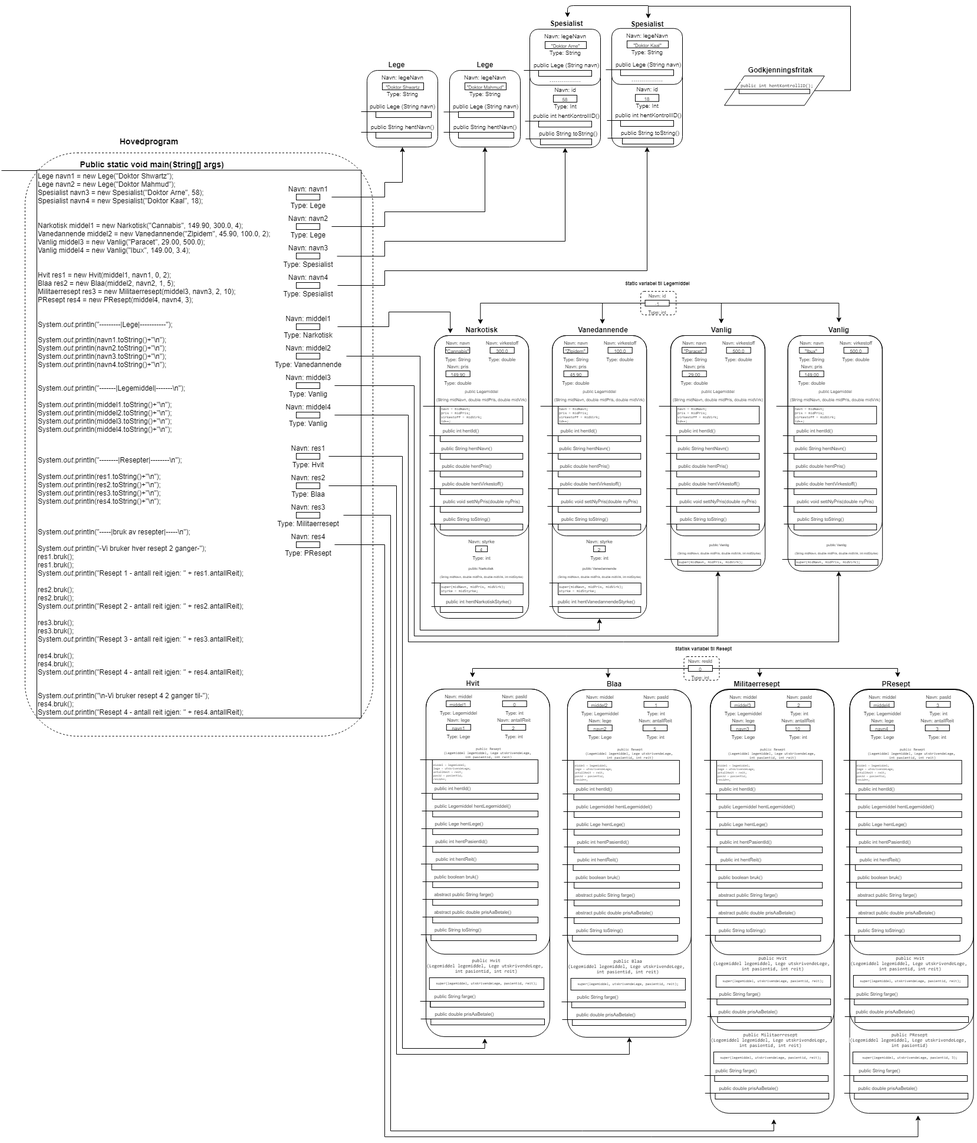
Before: innlevering2/diagram.png, a diagram exported from draw.io (borgebj/IN1010-Java). Source tidied: cells renumbered, new cells last; positions are measured from the earlier drawing's top-left corner, leaving out a move shared by most shapes.
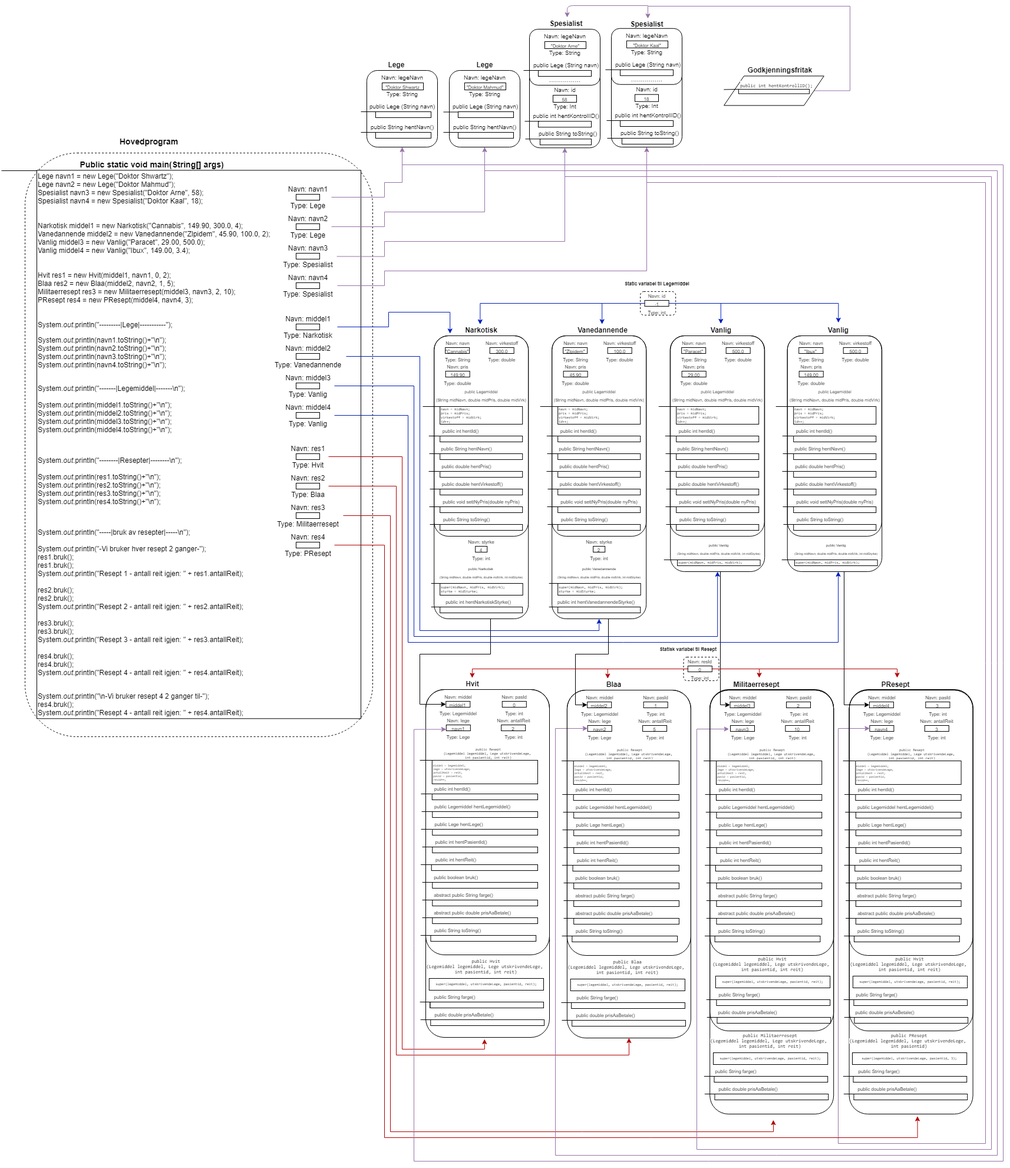
Above is the later version.

Diff of the diagram source:
```diff
@@ -4,2 +4,8 @@
     <mxCell id="1" parent="0" />
+    <mxCell id="482" style="rounded=1;whiteSpace=wrap;html=1;fillColor=none;" parent="1" vertex="1">
+      <mxGeometry x="1438.9" y="1160" width="210" height="579" as="geometry" />
+    </mxCell>
+    <mxCell id="483" style="rounded=1;whiteSpace=wrap;html=1;fillColor=none;" parent="1" vertex="1">
+      <mxGeometry x="1202.2" y="1160" width="210" height="579" as="geometry" />
+    </mxCell>
     <mxCell id="2" style="rounded=1;whiteSpace=wrap;html=1;fillColor=none;" parent="1" vertex="1">
@@ -13,2 +19,9 @@
     </mxCell>
+    <mxCell id="489" style="edgeStyle=orthogonalEdgeStyle;rounded=0;jettySize=auto;html=1;entryX=0;entryY=0.5;entryDx=0;entryDy=0;" parent="1" edge="1" source="5" target="413">
+      <mxGeometry relative="1" as="geometry">
+        <Array as="points">
+          <mxPoint x="1430" y="1186" />
+        </Array>
+      </mxGeometry>
+    </mxCell>
     <mxCell id="5" style="rounded=1;whiteSpace=wrap;html=1;fillColor=none;" parent="1" vertex="1">
@@ -22,2 +35,9 @@
     </mxCell>
+    <mxCell id="490" style="edgeStyle=orthogonalEdgeStyle;rounded=0;jettySize=auto;html=1;entryX=0;entryY=0.5;entryDx=0;entryDy=0;" parent="1" edge="1" source="8" target="363">
+      <mxGeometry relative="1" as="geometry">
+        <Array as="points">
+          <mxPoint x="1220" y="1186" />
+        </Array>
+      </mxGeometry>
+    </mxCell>
     <mxCell id="8" style="rounded=1;whiteSpace=wrap;html=1;fillColor=none;" parent="1" vertex="1">
@@ -28,2 +48,11 @@
     </mxCell>
+    <mxCell id="491" style="edgeStyle=orthogonalEdgeStyle;rounded=0;jettySize=auto;html=1;entryX=0;entryY=0.5;entryDx=0;entryDy=0;" parent="1" edge="1" source="10" target="257">
+      <mxGeometry relative="1" as="geometry">
+        <Array as="points">
+          <mxPoint x="830" y="1100" />
+          <mxPoint x="710" y="1100" />
+          <mxPoint x="710" y="1185" />
+        </Array>
+      </mxGeometry>
+    </mxCell>
     <mxCell id="10" style="rounded=1;whiteSpace=wrap;html=1;fillColor=none;" parent="1" vertex="1">
@@ -49,2 +78,13 @@
     </mxCell>
+    <mxCell id="492" style="edgeStyle=orthogonalEdgeStyle;rounded=0;jettySize=auto;html=1;entryX=0;entryY=0.5;entryDx=0;entryDy=0;fillColor=#e1d5e7;strokeColor=#9673a6;" parent="1" edge="1" source="17" target="414">
+      <mxGeometry relative="1" as="geometry">
+        <Array as="points">
+          <mxPoint x="1095" y="300" />
+          <mxPoint x="1670" y="300" />
+          <mxPoint x="1670" y="1930" />
+          <mxPoint x="1420" y="1930" />
+          <mxPoint x="1420" y="1226" />
+        </Array>
+      </mxGeometry>
+    </mxCell>
     <mxCell id="17" style="rounded=1;whiteSpace=wrap;html=1;" parent="1" vertex="1">
@@ -112,3 +152,3 @@
     </mxCell>
-    <mxCell id="37" style="edgeStyle=orthogonalEdgeStyle;rounded=0;jettySize=auto;html=1;entryX=0.5;entryY=1;entryDx=0;entryDy=0;" parent="1" edge="1" source="38" target="81">
+    <mxCell id="37" style="edgeStyle=orthogonalEdgeStyle;rounded=0;jettySize=auto;html=1;entryX=0.5;entryY=1;entryDx=0;entryDy=0;fillColor=#e1d5e7;strokeColor=#9673a6;" parent="1" edge="1" source="38" target="81">
       <mxGeometry relative="1" as="geometry">
@@ -127,3 +167,3 @@
     </mxCell>
-    <mxCell id="40" style="edgeStyle=orthogonalEdgeStyle;rounded=0;jettySize=auto;html=1;entryX=0.5;entryY=1;entryDx=0;entryDy=0;" parent="1" edge="1" source="41" target="72">
+    <mxCell id="40" style="edgeStyle=orthogonalEdgeStyle;rounded=0;jettySize=auto;html=1;entryX=0.5;entryY=1;entryDx=0;entryDy=0;fillColor=#e1d5e7;strokeColor=#9673a6;" parent="1" edge="1" source="41" target="72">
       <mxGeometry relative="1" as="geometry">
@@ -142,3 +182,3 @@
     </mxCell>
-    <mxCell id="43" style="edgeStyle=orthogonalEdgeStyle;rounded=0;jettySize=auto;html=1;exitX=0.991;exitY=0.509;exitDx=0;exitDy=0;exitPerimeter=0;entryX=0.5;entryY=1;entryDx=0;entryDy=0;" parent="1" edge="1" source="44" target="98">
+    <mxCell id="43" style="edgeStyle=orthogonalEdgeStyle;rounded=0;jettySize=auto;html=1;exitX=0.991;exitY=0.509;exitDx=0;exitDy=0;exitPerimeter=0;entryX=0.5;entryY=1;entryDx=0;entryDy=0;fillColor=#e1d5e7;strokeColor=#9673a6;" parent="1" edge="1" source="44" target="98">
       <mxGeometry relative="1" as="geometry">
@@ -157,3 +197,3 @@
     </mxCell>
-    <mxCell id="46" style="edgeStyle=orthogonalEdgeStyle;rounded=0;jettySize=auto;html=1;entryX=0.5;entryY=1;entryDx=0;entryDy=0;" parent="1" edge="1" source="47" target="17">
+    <mxCell id="46" style="edgeStyle=orthogonalEdgeStyle;rounded=0;jettySize=auto;html=1;entryX=0.5;entryY=1;entryDx=0;entryDy=0;fillColor=#e1d5e7;strokeColor=#9673a6;" parent="1" edge="1" source="47" target="17">
       <mxGeometry relative="1" as="geometry">
@@ -172,3 +212,3 @@
     </mxCell>
-    <mxCell id="49" style="edgeStyle=orthogonalEdgeStyle;rounded=0;jettySize=auto;html=1;entryX=0.284;entryY=-0.074;entryDx=0;entryDy=0;entryPerimeter=0;" parent="1" edge="1" source="50" target="12">
+    <mxCell id="49" style="edgeStyle=orthogonalEdgeStyle;rounded=0;jettySize=auto;html=1;entryX=0.284;entryY=-0.074;entryDx=0;entryDy=0;entryPerimeter=0;fillColor=#0050ef;strokeColor=#001DBC;" parent="1" edge="1" source="50" target="12">
       <mxGeometry relative="1" as="geometry">
@@ -187,3 +227,3 @@
     </mxCell>
-    <mxCell id="52" style="edgeStyle=orthogonalEdgeStyle;rounded=0;jettySize=auto;html=1;entryX=0.5;entryY=1;entryDx=0;entryDy=0;" parent="1" edge="1" source="53" target="153">
+    <mxCell id="52" style="edgeStyle=orthogonalEdgeStyle;rounded=0;jettySize=auto;html=1;entryX=0.5;entryY=1;entryDx=0;entryDy=0;fillColor=#0050ef;strokeColor=#001DBC;" parent="1" edge="1" source="53" target="153">
       <mxGeometry relative="1" as="geometry">
@@ -202,3 +242,3 @@
     </mxCell>
-    <mxCell id="55" style="edgeStyle=orthogonalEdgeStyle;rounded=0;jettySize=auto;html=1;entryX=0.5;entryY=1;entryDx=0;entryDy=0;" parent="1" edge="1" source="56" target="8">
+    <mxCell id="55" style="edgeStyle=orthogonalEdgeStyle;rounded=0;jettySize=auto;html=1;entryX=0.5;entryY=1;entryDx=0;entryDy=0;fillColor=#0050ef;strokeColor=#001DBC;" parent="1" edge="1" source="56" target="8">
       <mxGeometry relative="1" as="geometry">
@@ -217,3 +257,3 @@
     </mxCell>
-    <mxCell id="58" style="edgeStyle=orthogonalEdgeStyle;rounded=0;jettySize=auto;html=1;entryX=0.538;entryY=1;entryDx=0;entryDy=0;entryPerimeter=0;" parent="1" edge="1" source="59" target="5">
+    <mxCell id="58" style="edgeStyle=orthogonalEdgeStyle;rounded=0;jettySize=auto;html=1;entryX=0.538;entryY=1;entryDx=0;entryDy=0;entryPerimeter=0;fillColor=#0050ef;strokeColor=#001DBC;" parent="1" edge="1" source="59" target="5">
       <mxGeometry relative="1" as="geometry">
@@ -232,3 +272,3 @@
     </mxCell>
-    <mxCell id="61" style="edgeStyle=orthogonalEdgeStyle;rounded=0;jettySize=auto;html=1;entryX=0.475;entryY=1.005;entryDx=0;entryDy=0;entryPerimeter=0;" parent="1" edge="1" source="62" target="3">
+    <mxCell id="61" style="edgeStyle=orthogonalEdgeStyle;rounded=0;jettySize=auto;html=1;entryX=0.475;entryY=1.005;entryDx=0;entryDy=0;entryPerimeter=0;fillColor=#e51400;strokeColor=#B20000;" parent="1" edge="1" source="62" target="3">
       <mxGeometry relative="1" as="geometry">
@@ -247,3 +287,3 @@
     </mxCell>
-    <mxCell id="64" style="edgeStyle=orthogonalEdgeStyle;rounded=0;jettySize=auto;html=1;entryX=0.5;entryY=1;entryDx=0;entryDy=0;" parent="1" edge="1" source="65" target="308">
+    <mxCell id="64" style="edgeStyle=orthogonalEdgeStyle;rounded=0;jettySize=auto;html=1;entryX=0.5;entryY=1;entryDx=0;entryDy=0;fillColor=#e51400;strokeColor=#B20000;" parent="1" edge="1" source="65" target="308">
       <mxGeometry relative="1" as="geometry">
@@ -262,3 +302,3 @@
     </mxCell>
-    <mxCell id="67" style="edgeStyle=orthogonalEdgeStyle;rounded=0;jettySize=auto;html=1;entryX=0.513;entryY=1.014;entryDx=0;entryDy=0;entryPerimeter=0;" parent="1" edge="1" source="68" target="358">
+    <mxCell id="67" style="edgeStyle=orthogonalEdgeStyle;rounded=0;jettySize=auto;html=1;entryX=0.513;entryY=1.014;entryDx=0;entryDy=0;entryPerimeter=0;fillColor=#e51400;strokeColor=#B20000;" parent="1" edge="1" source="68" target="358">
       <mxGeometry relative="1" as="geometry">
@@ -277,3 +317,3 @@
     </mxCell>
-    <mxCell id="70" style="edgeStyle=orthogonalEdgeStyle;rounded=0;jettySize=auto;html=1;entryX=0.552;entryY=1.005;entryDx=0;entryDy=0;entryPerimeter=0;" parent="1" edge="1" source="71" target="408">
+    <mxCell id="70" style="edgeStyle=orthogonalEdgeStyle;rounded=0;jettySize=auto;html=1;entryX=0.552;entryY=1.005;entryDx=0;entryDy=0;entryPerimeter=0;fillColor=#e51400;strokeColor=#B20000;" parent="1" edge="1" source="71" target="408">
       <mxGeometry relative="1" as="geometry">
@@ -289,2 +329,13 @@
     </mxCell>
+    <mxCell id="493" style="edgeStyle=orthogonalEdgeStyle;rounded=0;jettySize=auto;html=1;entryX=0;entryY=0.5;entryDx=0;entryDy=0;fillColor=#e1d5e7;strokeColor=#9673a6;" parent="1" edge="1" source="72" target="314">
+      <mxGeometry relative="1" as="geometry">
+        <Array as="points">
+          <mxPoint x="820" y="280" />
+          <mxPoint x="1690" y="280" />
+          <mxPoint x="1690" y="1950" />
+          <mxPoint x="940" y="1950" />
+          <mxPoint x="940" y="1226" />
+        </Array>
+      </mxGeometry>
+    </mxCell>
     <mxCell id="72" style="rounded=1;whiteSpace=wrap;html=1;" parent="1" vertex="1">
@@ -316,2 +367,13 @@
     </mxCell>
+    <mxCell id="494" style="edgeStyle=orthogonalEdgeStyle;rounded=0;jettySize=auto;html=1;entryX=0;entryY=0.75;entryDx=0;entryDy=0;fillColor=#e1d5e7;strokeColor=#9673a6;" parent="1" edge="1" source="81" target="258">
+      <mxGeometry relative="1" as="geometry">
+        <Array as="points">
+          <mxPoint x="680" y="270" />
+          <mxPoint x="1700" y="270" />
+          <mxPoint x="1700" y="1960" />
+          <mxPoint x="700" y="1960" />
+          <mxPoint x="700" y="1227" />
+        </Array>
+      </mxGeometry>
+    </mxCell>
     <mxCell id="81" style="rounded=1;whiteSpace=wrap;html=1;" parent="1" vertex="1">
@@ -361,5 +423,2 @@
     </mxCell>
-    <mxCell id="92" value="&lt;span style=&quot;color: rgba(0 , 0 , 0 , 0) ; font-family: monospace ; font-size: 0px&quot;&gt;%3CmxGraphModel%3E%3Croot%3E%3CmxCell%20id%3D%220%22%2F%3E%3CmxCell%20id%3D%221%22%20parent%3D%220%22%2F%3E%3CmxCell%20id%3D%222%22%20value%3D%22%22%20style%3D%22endArrow%3Dnone%3Bhtml%3D1%3B%22%20edge%3D%221%22%20parent%3D%221%22%3E%3CmxGeometry%20width%3D%2250%22%20height%3D%2250%22%20relative%3D%221%22%20as%3D%22geometry%22%3E%3CmxPoint%20x%3D%22730%22%20y%3D%2220%22%20as%3D%22sourcePoint%22%2F%3E%3CmxPoint%20x%3D%22755%22%20y%3D%2220%22%20as%3D%22targetPoint%22%2F%3E%3C%2FmxGeometry%3E%3C%2FmxCell%3E%3C%2Froot%3E%3C%2FmxGraphModel%3E&lt;/span&gt;" style="text;html=1;align=center;verticalAlign=middle;" parent="1" vertex="1">
-      <mxGeometry x="922" y="287" width="20" height="20" as="geometry" />
-    </mxCell>
     <mxCell id="93" style="endArrow=none;html=1;" parent="1" edge="1">
@@ -388,2 +447,13 @@
     </mxCell>
+    <mxCell id="495" style="edgeStyle=orthogonalEdgeStyle;rounded=0;jettySize=auto;html=1;entryX=-0.057;entryY=0.598;entryDx=0;entryDy=0;entryPerimeter=0;fillColor=#e1d5e7;strokeColor=#9673a6;" parent="1" edge="1" source="98" target="364">
+      <mxGeometry relative="1" as="geometry">
+        <Array as="points">
+          <mxPoint x="956" y="290" />
+          <mxPoint x="1680" y="290" />
+          <mxPoint x="1680" y="1940" />
+          <mxPoint x="1180" y="1940" />
+          <mxPoint x="1180" y="1227" />
+        </Array>
+      </mxGeometry>
+    </mxCell>
     <mxCell id="98" style="rounded=1;whiteSpace=wrap;html=1;" parent="1" vertex="1">
@@ -460,12 +530,12 @@
     </mxCell>
-    <mxCell id="119" style="edgeStyle=orthogonalEdgeStyle;rounded=0;jettySize=auto;html=1;entryX=0.48;entryY=0.038;entryDx=0;entryDy=0;entryPerimeter=0;" parent="1" edge="1" source="123" target="188">
+    <mxCell id="119" style="edgeStyle=orthogonalEdgeStyle;rounded=0;jettySize=auto;html=1;entryX=0.48;entryY=0.038;entryDx=0;entryDy=0;entryPerimeter=0;fillColor=#0050ef;strokeColor=#001DBC;" parent="1" edge="1" source="123" target="188">
       <mxGeometry relative="1" as="geometry" />
     </mxCell>
-    <mxCell id="120" style="edgeStyle=orthogonalEdgeStyle;rounded=0;jettySize=auto;html=1;entryX=0.501;entryY=-0.104;entryDx=0;entryDy=0;entryPerimeter=0;" parent="1" edge="1" source="123" target="252">
+    <mxCell id="120" style="edgeStyle=orthogonalEdgeStyle;rounded=0;jettySize=auto;html=1;entryX=0.501;entryY=-0.104;entryDx=0;entryDy=0;entryPerimeter=0;fillColor=#0050ef;strokeColor=#001DBC;" parent="1" edge="1" source="123" target="252">
       <mxGeometry relative="1" as="geometry" />
     </mxCell>
-    <mxCell id="121" style="edgeStyle=orthogonalEdgeStyle;rounded=0;jettySize=auto;html=1;entryX=0.492;entryY=-0.016;entryDx=0;entryDy=0;entryPerimeter=0;" parent="1" edge="1" source="123" target="219">
+    <mxCell id="121" style="edgeStyle=orthogonalEdgeStyle;rounded=0;jettySize=auto;html=1;entryX=0.492;entryY=-0.016;entryDx=0;entryDy=0;entryPerimeter=0;fillColor=#0050ef;strokeColor=#001DBC;" parent="1" edge="1" source="123" target="219">
       <mxGeometry relative="1" as="geometry" />
     </mxCell>
-    <mxCell id="122" style="edgeStyle=orthogonalEdgeStyle;rounded=0;jettySize=auto;html=1;entryX=0.49;entryY=0.02;entryDx=0;entryDy=0;entryPerimeter=0;" parent="1" edge="1" source="123" target="189">
+    <mxCell id="122" style="edgeStyle=orthogonalEdgeStyle;rounded=0;jettySize=auto;html=1;entryX=0.49;entryY=0.02;entryDx=0;entryDy=0;entryPerimeter=0;fillColor=#0050ef;strokeColor=#001DBC;" parent="1" edge="1" source="123" target="189">
       <mxGeometry relative="1" as="geometry" />
@@ -589,2 +659,11 @@
     </mxCell>
+    <mxCell id="496" style="edgeStyle=orthogonalEdgeStyle;rounded=0;jettySize=auto;html=1;entryX=0;entryY=0.5;entryDx=0;entryDy=0;" parent="1" edge="1" source="153" target="313">
+      <mxGeometry relative="1" as="geometry">
+        <Array as="points">
+          <mxPoint x="1030" y="1100" />
+          <mxPoint x="974" y="1100" />
+          <mxPoint x="974" y="1186" />
+        </Array>
+      </mxGeometry>
+    </mxCell>
     <mxCell id="153" style="rounded=1;whiteSpace=wrap;html=1;fillColor=none;" parent="1" vertex="1">
@@ -1066,3 +1145,3 @@
     </mxCell>
-    <mxCell id="281" style="edgeStyle=orthogonalEdgeStyle;rounded=0;jettySize=auto;html=1;entryX=0.528;entryY=0.04;entryDx=0;entryDy=0;entryPerimeter=0;" parent="1" edge="1" source="282" target="19">
+    <mxCell id="281" style="edgeStyle=orthogonalEdgeStyle;rounded=0;jettySize=auto;html=1;entryX=0.528;entryY=0.04;entryDx=0;entryDy=0;entryPerimeter=0;fillColor=#e1d5e7;strokeColor=#9673a6;" parent="1" edge="1" source="282" target="19">
       <mxGeometry relative="1" as="geometry">
@@ -1717,3 +1796,3 @@
     </mxCell>
-    <mxCell id="457" style="edgeStyle=orthogonalEdgeStyle;rounded=0;jettySize=auto;html=1;entryX=0.545;entryY=-0.05;entryDx=0;entryDy=0;entryPerimeter=0;" parent="1" edge="1" source="458" target="436">
+    <mxCell id="457" style="edgeStyle=orthogonalEdgeStyle;rounded=0;jettySize=auto;html=1;entryX=0.545;entryY=-0.05;entryDx=0;entryDy=0;entryPerimeter=0;fillColor=#e51400;strokeColor=#B20000;" parent="1" edge="1" source="458" target="436">
       <mxGeometry relative="1" as="geometry">
@@ -1727,3 +1806,3 @@
     </mxCell>
-    <mxCell id="459" style="edgeStyle=orthogonalEdgeStyle;rounded=0;jettySize=auto;html=1;entryX=0.557;entryY=-0.047;entryDx=0;entryDy=0;entryPerimeter=0;exitX=1;exitY=0.5;exitDx=0;exitDy=0;" parent="1" edge="1" source="463" target="386">
+    <mxCell id="459" style="edgeStyle=orthogonalEdgeStyle;rounded=0;jettySize=auto;html=1;entryX=0.557;entryY=-0.047;entryDx=0;entryDy=0;entryPerimeter=0;exitX=1;exitY=0.5;exitDx=0;exitDy=0;fillColor=#e51400;strokeColor=#B20000;" parent="1" edge="1" source="463" target="386">
       <mxGeometry relative="1" as="geometry">
@@ -1734,3 +1813,3 @@
     </mxCell>
-    <mxCell id="460" style="edgeStyle=orthogonalEdgeStyle;rounded=0;jettySize=auto;html=1;entryX=0.256;entryY=0.025;entryDx=0;entryDy=0;entryPerimeter=0;" parent="1" edge="1" source="461" target="336">
+    <mxCell id="460" style="edgeStyle=orthogonalEdgeStyle;rounded=0;jettySize=auto;html=1;entryX=0.256;entryY=0.025;entryDx=0;entryDy=0;entryPerimeter=0;fillColor=#e51400;strokeColor=#B20000;" parent="1" edge="1" source="461" target="336">
       <mxGeometry relative="1" as="geometry">
@@ -1744,3 +1823,3 @@
     </mxCell>
-    <mxCell id="462" style="edgeStyle=orthogonalEdgeStyle;rounded=0;jettySize=auto;html=1;entryX=0.504;entryY=0.019;entryDx=0;entryDy=0;entryPerimeter=0;" parent="1" edge="1" source="463" target="280">
+    <mxCell id="462" style="edgeStyle=orthogonalEdgeStyle;rounded=0;jettySize=auto;html=1;entryX=0.504;entryY=0.019;entryDx=0;entryDy=0;entryPerimeter=0;fillColor=#e51400;strokeColor=#B20000;" parent="1" edge="1" source="463" target="280">
       <mxGeometry relative="1" as="geometry">
@@ -1755,3 +1834,3 @@
     <mxCell id="464" value="&lt;span style=&quot;font-size: 8px&quot;&gt;&lt;b&gt;Statisk variabel til Resept&lt;/b&gt;&lt;/span&gt;" style="text;html=1;align=center;verticalAlign=middle;" parent="1" vertex="1">
-      <mxGeometry x="1134.7" y="1080" width="110" height="20" as="geometry" />
+      <mxGeometry x="1109.7" y="1080" width="110" height="20" as="geometry" />
     </mxCell>
@@ -1820,8 +1899,2 @@
     </mxCell>
-    <mxCell id="482" style="rounded=1;whiteSpace=wrap;html=1;fillColor=none;" parent="1" vertex="1">
-      <mxGeometry x="1438.9" y="1160" width="210" height="579" as="geometry" />
-    </mxCell>
-    <mxCell id="483" style="rounded=1;whiteSpace=wrap;html=1;fillColor=none;" parent="1" vertex="1">
-      <mxGeometry x="1202.2" y="1160" width="210" height="579" as="geometry" />
-    </mxCell>
     <mxCell id="484" style="endArrow=none;html=1;" parent="1" edge="1">
@@ -1850,3 +1923,3 @@
     </mxCell>
-    <mxCell id="488" style="endArrow=classic;html=1;entryX=0.536;entryY=0;entryDx=0;entryDy=0;entryPerimeter=0;" parent="1" edge="1" target="115">
+    <mxCell id="488" style="endArrow=classic;html=1;entryX=0.536;entryY=0;entryDx=0;entryDy=0;entryPerimeter=0;fillColor=#e1d5e7;strokeColor=#9673a6;" parent="1" edge="1" target="115">
       <mxGeometry relative="1" as="geometry">
```
